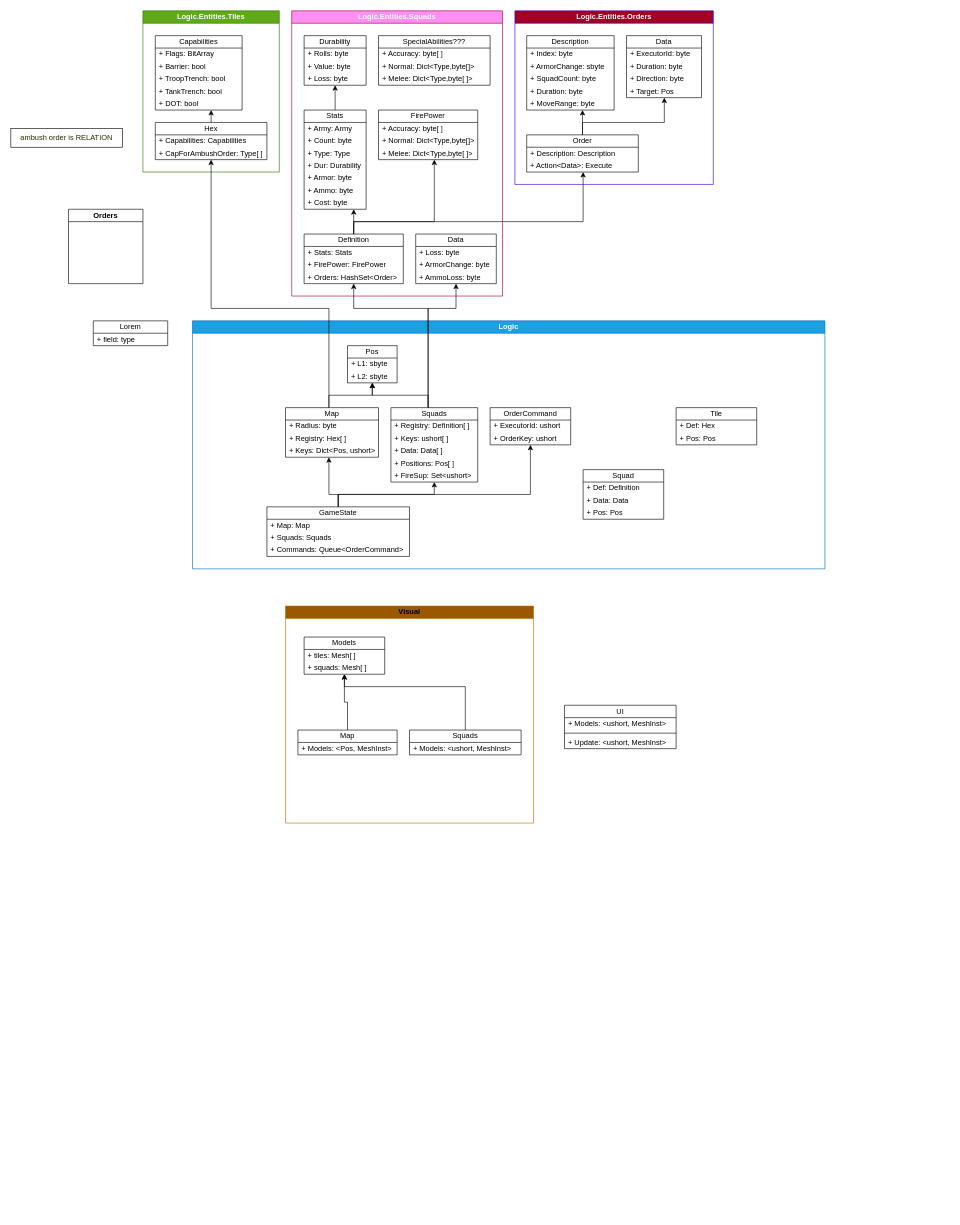
Earlier version of the draw.io diagram page "UML" (1 of 6) of docs/AOTGodot.drawio (Smersh228/ArtOfVictoryGodot). Source tidied: cells renumbered, new cells numbered last; positions are measured from the earlier drawing's top-left corner, leaving out a move shared by most shapes. Both pictures are drawn from the tidied source at 62%, with x=0, y=0 at pixel (11, 11).
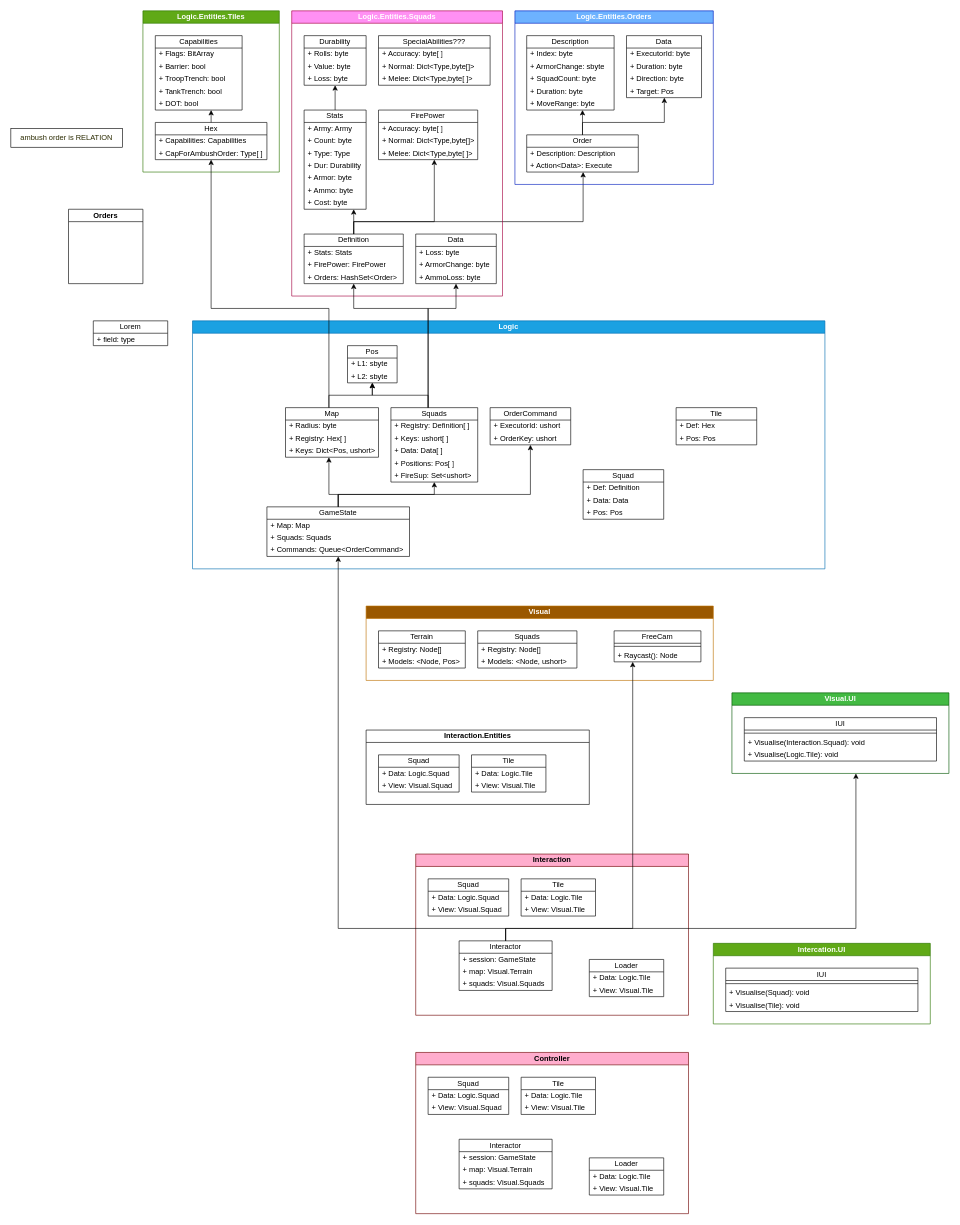
Above is the later version.

The change refers to these unchanged cells:
```xml
<mxCell id="68" value="GameState" style="swimlane;fontStyle=0;horizontal=1;startSize=20;fillColor=none;whiteSpace=wrap;html=1;" parent="64" vertex="1">
  <mxGeometry x="120" y="300" width="230" height="80" as="geometry" />
</mxCell>
```

Change to the diagram source:
```diff
@@
-    <mxCell id="35" value="Logic.Entities.Orders" style="swimlane;whiteSpace=wrap;html=1;startSize=20;fillColor=light-dark(#A20025,#B266FF);fontColor=#ffffff;strokeColor=#3700CC;" parent="1" vertex="1">
+    <mxCell id="35" value="Logic.Entities.Orders" style="swimlane;whiteSpace=wrap;html=1;startSize=20;fillColor=light-dark(#6DB2FF,#0050EF);fontColor=#ffffff;strokeColor=#001DBC;" parent="1" vertex="1">
       <mxGeometry x="813" width="320" height="280" as="geometry" />
     </mxCell>
@@
-    <mxCell id="103" value="Visual" style="swimlane;whiteSpace=wrap;html=1;startSize=20;fillColor=light-dark(#9A5800,#F0A30A);fontColor=light-dark(#000000,#FFFFFF);strokeColor=#BD7000;" parent="1" vertex="1">
-      <mxGeometry x="443" y="960" width="400" height="350" as="geometry" />
+    <mxCell id="103" value="Visual" style="swimlane;whiteSpace=wrap;html=1;startSize=20;fillColor=light-dark(#9A5800,#F0A30A);fontColor=light-dark(#FFFFFF,#000000);strokeColor=#BD7000;" parent="1" vertex="1">
+      <mxGeometry x="573" y="960" width="560" height="120" as="geometry" />
     </mxCell>
-    <mxCell id="104" style="edgeStyle=orthogonalEdgeStyle;rounded=0;jettySize=auto;html=1;" parent="103" edge="1" source="105" target="107">
-      <mxGeometry relative="1" as="geometry" />
-    </mxCell>
-    <mxCell id="105" value="Map" style="swimlane;fontStyle=0;horizontal=1;startSize=20;fillColor=none;whiteSpace=wrap;html=1;" parent="103" vertex="1">
-      <mxGeometry x="20" y="200" width="160" height="40" as="geometry" />
+    <mxCell id="105" value="Terrain" style="swimlane;fontStyle=0;horizontal=1;startSize=20;fillColor=none;whiteSpace=wrap;html=1;" parent="103" vertex="1">
+      <mxGeometry x="20" y="40" width="140" height="60" as="geometry" />
     </mxCell>
-    <mxCell id="106" value="+ Models: &amp;lt;Pos, MeshInst&amp;gt;" style="text;strokeColor=none;fillColor=none;align=left;verticalAlign=middle;spacingLeft=4;spacingRight=4;overflow=hidden;whiteSpace=wrap;html=1;" parent="105" vertex="1">
-      <mxGeometry y="20" width="160" height="20" as="geometry" />
+    <mxCell id="106" value="+ Registry: Node[]" style="text;strokeColor=none;fillColor=none;align=left;verticalAlign=middle;spacingLeft=4;spacingRight=4;overflow=hidden;whiteSpace=wrap;html=1;" parent="105" vertex="1">
+      <mxGeometry y="20" width="140" height="20" as="geometry" />
     </mxCell>
-    <mxCell id="107" value="Models" style="swimlane;fontStyle=0;horizontal=1;startSize=20;fillColor=none;whiteSpace=wrap;html=1;" parent="103" vertex="1">
-      <mxGeometry x="30" y="50" width="130" height="60" as="geometry" />
-    </mxCell>
-    <mxCell id="108" value="+ tiles: Mesh[ ]" style="text;strokeColor=none;fillColor=none;align=left;verticalAlign=middle;spacingLeft=4;spacingRight=4;overflow=hidden;whiteSpace=wrap;html=1;" parent="107" vertex="1">
-      <mxGeometry y="20" width="130" height="20" as="geometry" />
-    </mxCell>
-    <mxCell id="109" value="+ squads: Mesh[ ]" style="text;strokeColor=none;fillColor=none;align=left;verticalAlign=middle;spacingLeft=4;spacingRight=4;overflow=hidden;whiteSpace=wrap;html=1;" parent="107" vertex="1">
-      <mxGeometry y="40" width="130" height="20" as="geometry" />
-    </mxCell>
-    <mxCell id="110" style="edgeStyle=orthogonalEdgeStyle;rounded=0;jettySize=auto;html=1;" parent="103" edge="1" source="111" target="107">
-      <mxGeometry relative="1" as="geometry">
-        <Array as="points">
-          <mxPoint x="290" y="130" />
-          <mxPoint x="95" y="130" />
-        </Array>
-      </mxGeometry>
-    </mxCell>
+    <mxCell id="117" value="+ Models: &amp;lt;Node, Pos&amp;gt;" style="text;strokeColor=none;fillColor=none;align=left;verticalAlign=middle;spacingLeft=4;spacingRight=4;overflow=hidden;whiteSpace=wrap;html=1;" parent="105" vertex="1">
+      <mxGeometry y="40" width="140" height="20" as="geometry" />
+    </mxCell>
     <mxCell id="111" value="Squads" style="swimlane;fontStyle=0;horizontal=1;startSize=20;fillColor=none;whiteSpace=wrap;html=1;" parent="103" vertex="1">
-      <mxGeometry x="200" y="200" width="180" height="40" as="geometry" />
+      <mxGeometry x="180" y="40" width="160" height="60" as="geometry" />
     </mxCell>
+    <mxCell id="118" value="+ Registry: Node[]" style="text;strokeColor=none;fillColor=none;align=left;verticalAlign=middle;spacingLeft=4;spacingRight=4;overflow=hidden;whiteSpace=wrap;html=1;" parent="111" vertex="1">
+      <mxGeometry y="20" width="160" height="20" as="geometry" />
+    </mxCell>
-    <mxCell id="112" value="+ Models: &amp;lt;ushort, MeshInst&amp;gt;" style="text;strokeColor=none;fillColor=none;align=left;verticalAlign=middle;spacingLeft=4;spacingRight=4;overflow=hidden;whiteSpace=wrap;html=1;" parent="111" vertex="1">
-      <mxGeometry y="20" width="180" height="20" as="geometry" />
+    <mxCell id="112" value="+ Models: &amp;lt;Node, ushort&amp;gt;" style="text;strokeColor=none;fillColor=none;align=left;verticalAlign=middle;spacingLeft=4;spacingRight=4;overflow=hidden;whiteSpace=wrap;html=1;" parent="111" vertex="1">
+      <mxGeometry y="40" width="160" height="20" as="geometry" />
     </mxCell>
-    <mxCell id="113" value="UI" style="swimlane;fontStyle=0;horizontal=1;startSize=20;fillColor=none;whiteSpace=wrap;html=1;" parent="1" vertex="1">
-      <mxGeometry x="893" y="1120" width="180" height="70" as="geometry" />
-    </mxCell>
-    <mxCell id="114" value="+ Models: &amp;lt;ushort, MeshInst&amp;gt;" style="text;strokeColor=none;fillColor=none;align=left;verticalAlign=middle;spacingLeft=4;spacingRight=4;overflow=hidden;whiteSpace=wrap;html=1;" parent="113" vertex="1">
-      <mxGeometry y="20" width="180" height="20" as="geometry" />
-    </mxCell>
-    <mxCell id="115" style="line;strokeWidth=1;fillColor=none;align=left;verticalAlign=middle;spacingTop=-1;spacingLeft=3;spacingRight=3;labelPosition=right;strokeColor=inherit;fontColor=light-dark(#000000,#FFFFFF);" parent="113" vertex="1">
-      <mxGeometry y="40" width="180" height="10" as="geometry" />
-    </mxCell>
-    <mxCell id="116" value="+ Update: &amp;lt;ushort, MeshInst&amp;gt;" style="text;strokeColor=none;fillColor=none;align=left;verticalAlign=middle;spacingLeft=4;spacingRight=4;overflow=hidden;whiteSpace=wrap;html=1;" parent="113" vertex="1">
-      <mxGeometry y="50" width="180" height="20" as="geometry" />
-    </mxCell>
+    <mxCell id="119" value="FreeCam" style="swimlane;fontStyle=0;horizontal=1;startSize=20;fillColor=none;whiteSpace=wrap;html=1;" parent="103" vertex="1">
+      <mxGeometry x="400" y="40" width="140" height="50" as="geometry" />
+    </mxCell>
+    <mxCell id="120" style="line;strokeWidth=1;fillColor=none;align=left;verticalAlign=middle;spacingTop=-1;spacingLeft=3;spacingRight=3;labelPosition=right;strokeColor=inherit;fontColor=light-dark(#000000,#FFFFFF);" parent="119" vertex="1">
+      <mxGeometry y="20" width="140" height="10" as="geometry" />
+    </mxCell>
+    <mxCell id="121" value="+ Raycast(): Node" style="text;strokeColor=none;fillColor=none;align=left;verticalAlign=middle;spacingLeft=4;spacingRight=4;overflow=hidden;whiteSpace=wrap;html=1;" parent="119" vertex="1">
+      <mxGeometry y="30" width="140" height="20" as="geometry" />
+    </mxCell>
+    <mxCell id="122" value="Visual.UI" style="swimlane;whiteSpace=wrap;html=1;startSize=20;fillColor=light-dark(#43BA43,#008A00);fontColor=#ffffff;strokeColor=#005700;" parent="1" vertex="1">
+      <mxGeometry x="1163" y="1100" width="350" height="130" as="geometry" />
+    </mxCell>
+    <mxCell id="123" value="IUI" style="swimlane;fontStyle=0;horizontal=1;startSize=20;whiteSpace=wrap;html=1;" parent="122" vertex="1">
+      <mxGeometry x="20" y="40" width="310" height="70" as="geometry" />
+    </mxCell>
+    <mxCell id="124" style="line;strokeWidth=1;fillColor=none;align=left;verticalAlign=middle;spacingTop=-1;spacingLeft=3;spacingRight=3;labelPosition=right;strokeColor=inherit;fontColor=light-dark(#000000,#FFFFFF);" parent="123" vertex="1">
+      <mxGeometry y="20" width="310" height="10" as="geometry" />
+    </mxCell>
+    <mxCell id="125" value="+ Visualise(Interaction.Squad): void" style="text;strokeColor=none;fillColor=none;align=left;verticalAlign=middle;spacingLeft=4;spacingRight=4;overflow=hidden;whiteSpace=wrap;html=1;" parent="123" vertex="1">
+      <mxGeometry y="30" width="310" height="20" as="geometry" />
+    </mxCell>
+    <mxCell id="126" value="+ Visualise(Logic.Tile): void" style="text;strokeColor=none;fillColor=none;align=left;verticalAlign=middle;spacingLeft=4;spacingRight=4;overflow=hidden;whiteSpace=wrap;html=1;" parent="123" vertex="1">
+      <mxGeometry y="50" width="310" height="20" as="geometry" />
+    </mxCell>
+    <mxCell id="127" value="Interaction" style="swimlane;whiteSpace=wrap;html=1;startSize=20;fillColor=light-dark(#FFADCD,#A20025);fontColor=light-dark(#000000,#FFFFFF);strokeColor=#6F0000;" parent="1" vertex="1">
+      <mxGeometry x="653" y="1360" width="440" height="260" as="geometry" />
+    </mxCell>
+    <mxCell id="128" value="Squad" style="swimlane;fontStyle=0;horizontal=1;startSize=20;fillColor=none;whiteSpace=wrap;html=1;" parent="127" vertex="1">
+      <mxGeometry x="20" y="40" width="130" height="60" as="geometry" />
+    </mxCell>
+    <mxCell id="129" value="+ Data: Logic.Squad" style="text;strokeColor=none;fillColor=none;align=left;verticalAlign=middle;spacingLeft=4;spacingRight=4;overflow=hidden;whiteSpace=wrap;html=1;" parent="128" vertex="1">
+      <mxGeometry y="20" width="130" height="20" as="geometry" />
+    </mxCell>
+    <mxCell id="130" value="+ View: Visual.Squad" style="text;strokeColor=none;fillColor=none;align=left;verticalAlign=middle;spacingLeft=4;spacingRight=4;overflow=hidden;whiteSpace=wrap;html=1;" parent="128" vertex="1">
+      <mxGeometry y="40" width="130" height="20" as="geometry" />
+    </mxCell>
+    <mxCell id="131" value="Tile" style="swimlane;fontStyle=0;horizontal=1;startSize=20;fillColor=none;whiteSpace=wrap;html=1;" parent="127" vertex="1">
+      <mxGeometry x="170" y="40" width="120" height="60" as="geometry" />
+    </mxCell>
+    <mxCell id="132" value="+ Data: Logic.Tile" style="text;strokeColor=none;fillColor=none;align=left;verticalAlign=middle;spacingLeft=4;spacingRight=4;overflow=hidden;whiteSpace=wrap;html=1;" parent="131" vertex="1">
+      <mxGeometry y="20" width="120" height="20" as="geometry" />
+    </mxCell>
+    <mxCell id="133" value="+ View: Visual.Tile" style="text;strokeColor=none;fillColor=none;align=left;verticalAlign=middle;spacingLeft=4;spacingRight=4;overflow=hidden;whiteSpace=wrap;html=1;" parent="131" vertex="1">
+      <mxGeometry y="40" width="120" height="20" as="geometry" />
+    </mxCell>
+    <mxCell id="134" value="Interactor" style="swimlane;fontStyle=0;horizontal=1;startSize=20;fillColor=none;whiteSpace=wrap;html=1;" parent="127" vertex="1">
+      <mxGeometry x="70" y="140" width="150" height="80" as="geometry" />
+    </mxCell>
+    <mxCell id="135" value="+ session: GameState" style="text;strokeColor=none;fillColor=none;align=left;verticalAlign=middle;spacingLeft=4;spacingRight=4;overflow=hidden;whiteSpace=wrap;html=1;" parent="134" vertex="1">
+      <mxGeometry y="20" width="150" height="20" as="geometry" />
+    </mxCell>
+    <mxCell id="136" value="+ map: Visual.Terrain" style="text;strokeColor=none;fillColor=none;align=left;verticalAlign=middle;spacingLeft=4;spacingRight=4;overflow=hidden;whiteSpace=wrap;html=1;" parent="134" vertex="1">
+      <mxGeometry y="40" width="150" height="20" as="geometry" />
+    </mxCell>
+    <mxCell id="137" value="+ squads: Visual.Squads" style="text;strokeColor=none;fillColor=none;align=left;verticalAlign=middle;spacingLeft=4;spacingRight=4;overflow=hidden;whiteSpace=wrap;html=1;" parent="134" vertex="1">
+      <mxGeometry y="60" width="150" height="20" as="geometry" />
+    </mxCell>
+    <mxCell id="138" value="Loader" style="swimlane;fontStyle=0;horizontal=1;startSize=20;fillColor=none;whiteSpace=wrap;html=1;" parent="127" vertex="1">
+      <mxGeometry x="280" y="170" width="120" height="60" as="geometry" />
+    </mxCell>
+    <mxCell id="139" value="+ Data: Logic.Tile" style="text;strokeColor=none;fillColor=none;align=left;verticalAlign=middle;spacingLeft=4;spacingRight=4;overflow=hidden;whiteSpace=wrap;html=1;" parent="138" vertex="1">
+      <mxGeometry y="20" width="120" height="20" as="geometry" />
+    </mxCell>
+    <mxCell id="140" value="+ View: Visual.Tile" style="text;strokeColor=none;fillColor=none;align=left;verticalAlign=middle;spacingLeft=4;spacingRight=4;overflow=hidden;whiteSpace=wrap;html=1;" parent="138" vertex="1">
+      <mxGeometry y="40" width="120" height="20" as="geometry" />
+    </mxCell>
+    <mxCell id="141" style="edgeStyle=orthogonalEdgeStyle;rounded=0;jettySize=auto;html=1;" parent="1" edge="1" source="134" target="119">
+      <mxGeometry relative="1" as="geometry">
+        <Array as="points">
+          <mxPoint x="798" y="1480" />
+          <mxPoint x="1003" y="1480" />
+        </Array>
+      </mxGeometry>
+    </mxCell>
+    <mxCell id="142" style="edgeStyle=orthogonalEdgeStyle;rounded=0;jettySize=auto;html=1;" parent="1" edge="1" source="134" target="68">
+      <mxGeometry relative="1" as="geometry">
+        <Array as="points">
+          <mxPoint x="798" y="1480" />
+          <mxPoint x="528" y="1480" />
+        </Array>
+      </mxGeometry>
+    </mxCell>
+    <mxCell id="143" style="edgeStyle=orthogonalEdgeStyle;rounded=0;jettySize=auto;html=1;" parent="1" edge="1" source="134" target="122">
+      <mxGeometry relative="1" as="geometry">
+        <Array as="points">
+          <mxPoint x="798" y="1480" />
+          <mxPoint x="1363" y="1480" />
+        </Array>
+      </mxGeometry>
+    </mxCell>
+    <mxCell id="144" value="Interaction.Entities" style="swimlane;whiteSpace=wrap;html=1;startSize=20;" parent="1" vertex="1">
+      <mxGeometry x="573" y="1160" width="360" height="120" as="geometry" />
+    </mxCell>
+    <mxCell id="145" value="Squad" style="swimlane;fontStyle=0;horizontal=1;startSize=20;fillColor=none;whiteSpace=wrap;html=1;" parent="144" vertex="1">
+      <mxGeometry x="20" y="40" width="130" height="60" as="geometry" />
+    </mxCell>
+    <mxCell id="146" value="+ Data: Logic.Squad" style="text;strokeColor=none;fillColor=none;align=left;verticalAlign=middle;spacingLeft=4;spacingRight=4;overflow=hidden;whiteSpace=wrap;html=1;" parent="145" vertex="1">
+      <mxGeometry y="20" width="130" height="20" as="geometry" />
+    </mxCell>
+    <mxCell id="147" value="+ View: Visual.Squad" style="text;strokeColor=none;fillColor=none;align=left;verticalAlign=middle;spacingLeft=4;spacingRight=4;overflow=hidden;whiteSpace=wrap;html=1;" parent="145" vertex="1">
+      <mxGeometry y="40" width="130" height="20" as="geometry" />
+    </mxCell>
+    <mxCell id="148" value="Tile" style="swimlane;fontStyle=0;horizontal=1;startSize=20;fillColor=none;whiteSpace=wrap;html=1;" parent="144" vertex="1">
+      <mxGeometry x="170" y="40" width="120" height="60" as="geometry" />
+    </mxCell>
+    <mxCell id="149" value="+ Data: Logic.Tile" style="text;strokeColor=none;fillColor=none;align=left;verticalAlign=middle;spacingLeft=4;spacingRight=4;overflow=hidden;whiteSpace=wrap;html=1;" parent="148" vertex="1">
+      <mxGeometry y="20" width="120" height="20" as="geometry" />
+    </mxCell>
+    <mxCell id="150" value="+ View: Visual.Tile" style="text;strokeColor=none;fillColor=none;align=left;verticalAlign=middle;spacingLeft=4;spacingRight=4;overflow=hidden;whiteSpace=wrap;html=1;" parent="148" vertex="1">
+      <mxGeometry y="40" width="120" height="20" as="geometry" />
+    </mxCell>
+    <mxCell id="151" value="Intercation.UI" style="swimlane;whiteSpace=wrap;html=1;startSize=20;fillColor=#60a917;fontColor=#ffffff;strokeColor=#2D7600;" parent="1" vertex="1">
+      <mxGeometry x="1133" y="1504" width="350" height="130" as="geometry" />
+    </mxCell>
+    <mxCell id="152" value="IUI" style="swimlane;fontStyle=0;horizontal=1;startSize=20;whiteSpace=wrap;html=1;" parent="151" vertex="1">
+      <mxGeometry x="20" y="40" width="310" height="70" as="geometry" />
+    </mxCell>
+    <mxCell id="153" style="line;strokeWidth=1;fillColor=none;align=left;verticalAlign=middle;spacingTop=-1;spacingLeft=3;spacingRight=3;labelPosition=right;strokeColor=inherit;fontColor=light-dark(#000000,#FFFFFF);" parent="152" vertex="1">
+      <mxGeometry y="20" width="310" height="10" as="geometry" />
+    </mxCell>
+    <mxCell id="154" value="+ Visualise(Squad): void" style="text;strokeColor=none;fillColor=none;align=left;verticalAlign=middle;spacingLeft=4;spacingRight=4;overflow=hidden;whiteSpace=wrap;html=1;" parent="152" vertex="1">
+      <mxGeometry y="30" width="310" height="20" as="geometry" />
+    </mxCell>
+    <mxCell id="155" value="+ Visualise(Tile): void" style="text;strokeColor=none;fillColor=none;align=left;verticalAlign=middle;spacingLeft=4;spacingRight=4;overflow=hidden;whiteSpace=wrap;html=1;" parent="152" vertex="1">
+      <mxGeometry y="50" width="310" height="20" as="geometry" />
+    </mxCell>
+    <mxCell id="156" value="Controller" style="swimlane;whiteSpace=wrap;html=1;startSize=20;fillColor=light-dark(#FFADCD,#A20025);fontColor=light-dark(#000000,#FFFFFF);strokeColor=#6F0000;" parent="1" vertex="1">
+      <mxGeometry x="653" y="1680" width="440" height="260" as="geometry" />
+    </mxCell>
+    <mxCell id="157" value="Squad" style="swimlane;fontStyle=0;horizontal=1;startSize=20;fillColor=none;whiteSpace=wrap;html=1;" parent="156" vertex="1">
+      <mxGeometry x="20" y="40" width="130" height="60" as="geometry" />
+    </mxCell>
+    <mxCell id="158" value="+ Data: Logic.Squad" style="text;strokeColor=none;fillColor=none;align=left;verticalAlign=middle;spacingLeft=4;spacingRight=4;overflow=hidden;whiteSpace=wrap;html=1;" parent="157" vertex="1">
+      <mxGeometry y="20" width="130" height="20" as="geometry" />
+    </mxCell>
+    <mxCell id="159" value="+ View: Visual.Squad" style="text;strokeColor=none;fillColor=none;align=left;verticalAlign=middle;spacingLeft=4;spacingRight=4;overflow=hidden;whiteSpace=wrap;html=1;" parent="157" vertex="1">
+      <mxGeometry y="40" width="130" height="20" as="geometry" />
+    </mxCell>
+    <mxCell id="160" value="Tile" style="swimlane;fontStyle=0;horizontal=1;startSize=20;fillColor=none;whiteSpace=wrap;html=1;" parent="156" vertex="1">
+      <mxGeometry x="170" y="40" width="120" height="60" as="geometry" />
+    </mxCell>
+    <mxCell id="161" value="+ Data: Logic.Tile" style="text;strokeColor=none;fillColor=none;align=left;verticalAlign=middle;spacingLeft=4;spacingRight=4;overflow=hidden;whiteSpace=wrap;html=1;" parent="160" vertex="1">
+      <mxGeometry y="20" width="120" height="20" as="geometry" />
+    </mxCell>
+    <mxCell id="162" value="+ View: Visual.Tile" style="text;strokeColor=none;fillColor=none;align=left;verticalAlign=middle;spacingLeft=4;spacingRight=4;overflow=hidden;whiteSpace=wrap;html=1;" parent="160" vertex="1">
+      <mxGeometry y="40" width="120" height="20" as="geometry" />
+    </mxCell>
+    <mxCell id="163" value="Interactor" style="swimlane;fontStyle=0;horizontal=1;startSize=20;fillColor=none;whiteSpace=wrap;html=1;" parent="156" vertex="1">
+      <mxGeometry x="70" y="140" width="150" height="80" as="geometry" />
+    </mxCell>
+    <mxCell id="164" value="+ session: GameState" style="text;strokeColor=none;fillColor=none;align=left;verticalAlign=middle;spacingLeft=4;spacingRight=4;overflow=hidden;whiteSpace=wrap;html=1;" parent="163" vertex="1">
+      <mxGeometry y="20" width="150" height="20" as="geometry" />
+    </mxCell>
+    <mxCell id="165" value="+ map: Visual.Terrain" style="text;strokeColor=none;fillColor=none;align=left;verticalAlign=middle;spacingLeft=4;spacingRight=4;overflow=hidden;whiteSpace=wrap;html=1;" parent="163" vertex="1">
+      <mxGeometry y="40" width="150" height="20" as="geometry" />
+    </mxCell>
+    <mxCell id="166" value="+ squads: Visual.Squads" style="text;strokeColor=none;fillColor=none;align=left;verticalAlign=middle;spacingLeft=4;spacingRight=4;overflow=hidden;whiteSpace=wrap;html=1;" parent="163" vertex="1">
+      <mxGeometry y="60" width="150" height="20" as="geometry" />
+    </mxCell>
+    <mxCell id="167" value="Loader" style="swimlane;fontStyle=0;horizontal=1;startSize=20;fillColor=none;whiteSpace=wrap;html=1;" parent="156" vertex="1">
+      <mxGeometry x="280" y="170" width="120" height="60" as="geometry" />
+    </mxCell>
+    <mxCell id="168" value="+ Data: Logic.Tile" style="text;strokeColor=none;fillColor=none;align=left;verticalAlign=middle;spacingLeft=4;spacingRight=4;overflow=hidden;whiteSpace=wrap;html=1;" parent="167" vertex="1">
+      <mxGeometry y="20" width="120" height="20" as="geometry" />
+    </mxCell>
+    <mxCell id="169" value="+ View: Visual.Tile" style="text;strokeColor=none;fillColor=none;align=left;verticalAlign=middle;spacingLeft=4;spacingRight=4;overflow=hidden;whiteSpace=wrap;html=1;" parent="167" vertex="1">
+      <mxGeometry y="40" width="120" height="20" as="geometry" />
+    </mxCell>
```
